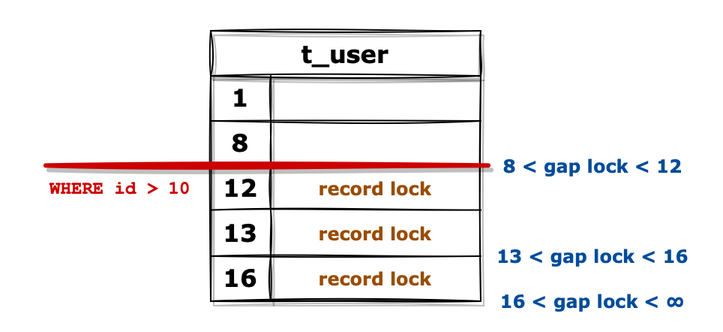
miintto/miintto.github.io keeps this draw.io diagram as img/posts/mysql-innodb-locking-next-key-lock.png. Above is the earlier version. Source tidied: cells renumbered, new cells last; positions are measured from the earlier drawing's top-left corner, leaving out a move shared by most shapes.
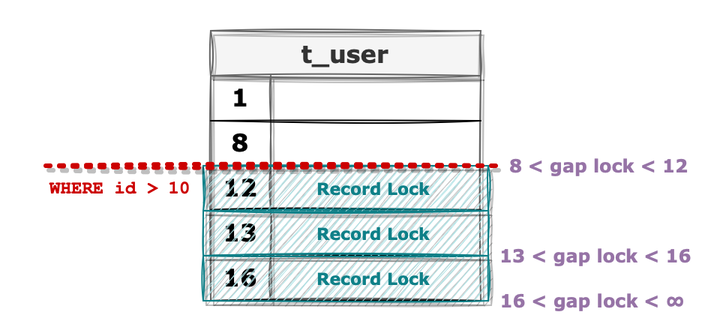
Above is the later version.

Commit message:
feat: innodb lock 설명 추가

What changed in the source:
```diff
@@ -3,10 +3,10 @@
     <mxCell id="0" />
     <mxCell id="1" parent="0" />
     <mxCell id="2" style="rounded=0;whiteSpace=wrap;html=1;sketch=0;fontFamily=Verdana;fontSize=12;strokeColor=none;" parent="1" vertex="1">
-      <mxGeometry width="480" height="220" as="geometry" />
+      <mxGeometry x="740" y="-1300" width="480" height="220" as="geometry" />
     </mxCell>
-    <mxCell id="3" value="t_user" style="shape=table;startSize=30;rowLines=0;fontStyle=1;strokeColor=default;fontSize=16;shadow=1;sketch=1;curveFitting=1;jiggle=1;fontFamily=Verdana;" parent="1" vertex="1">
-      <mxGeometry x="140" y="20" width="180" height="180" as="geometry" />
+    <mxCell id="3" value="t_user" style="shape=table;startSize=30;rowLines=0;fontStyle=1;strokeColor=#666666;fontSize=16;shadow=1;sketch=1;curveFitting=1;jiggle=1;fontFamily=Verdana;fillColor=#f5f5f5;fontColor=#333333;fillStyle=solid;" parent="1" vertex="1">
+      <mxGeometry x="880" y="-1280" width="180" height="180" as="geometry" />
     </mxCell>
     <mxCell id="4" style="shape=tableRow;horizontal=0;startSize=0;swimlaneHead=0;swimlaneBody=0;top=0;left=0;bottom=0;right=0;fillColor=none;strokeColor=default;fontSize=16;fontFamily=Verdana;" parent="3" vertex="1">
       <mxGeometry y="30" width="180" height="30" as="geometry" />
@@ -53,56 +53,56 @@
     <mxCell id="18" style="shape=partialRectangle;html=1;whiteSpace=wrap;fillColor=none;top=0;left=0;bottom=0;right=0;align=left;spacingLeft=6;overflow=hidden;strokeColor=inherit;fontSize=16;" parent="16" vertex="1">
       <mxGeometry x="40" width="140" height="30" as="geometry" />
     </mxCell>
-    <mxCell id="19" style="endArrow=none;html=1;rounded=0;strokeColor=#CC0000;strokeWidth=3;sketch=1;curveFitting=1;jiggle=1;shadow=1;" parent="1" edge="1">
-      <mxGeometry relative="1" as="geometry">
-        <mxPoint x="30" y="109.7" as="sourcePoint" />
-        <mxPoint x="325" y="109.7" as="targetPoint" />
-      </mxGeometry>
+    <mxCell id="19" value="WHERE id &amp;gt; 10" style="text;html=1;strokeColor=none;fillColor=none;align=center;verticalAlign=middle;whiteSpace=wrap;rounded=0;fontFamily=Courier New;fontStyle=1;fontColor=#CC0000;" parent="1" vertex="1">
+      <mxGeometry x="760" y="-1190" width="120" height="30" as="geometry" />
     </mxCell>
-    <mxCell id="20" value="WHERE id &amp;gt; 10" style="text;html=1;strokeColor=none;fillColor=none;align=center;verticalAlign=middle;whiteSpace=wrap;rounded=0;fontFamily=Courier New;fontStyle=1;fontColor=#CC0000;" parent="1" vertex="1">
-      <mxGeometry x="20" y="110" width="120" height="30" as="geometry" />
+    <mxCell id="20" value="&amp;nbsp; 8 &amp;lt; gap lock &amp;lt; 12" style="text;html=1;strokeColor=none;fillColor=none;align=center;verticalAlign=middle;whiteSpace=wrap;rounded=0;fontFamily=Verdana;fontStyle=1;fontColor=#9673A6;" parent="1" vertex="1">
+      <mxGeometry x="1060" y="-1200" width="150" height="20" as="geometry" />
     </mxCell>
-    <mxCell id="21" value="record lock" style="text;html=1;strokeColor=none;fillColor=none;align=center;verticalAlign=middle;whiteSpace=wrap;rounded=0;fontFamily=Verdana;fontStyle=1;fontColor=#994C00;" parent="1" vertex="1">
-      <mxGeometry x="200" y="140" width="100" height="30" as="geometry" />
+    <mxCell id="21" value="&amp;nbsp;13 &amp;lt; gap lock &amp;lt; 16" style="text;html=1;strokeColor=none;fillColor=none;align=center;verticalAlign=middle;whiteSpace=wrap;rounded=0;fontFamily=Verdana;fontStyle=1;fontColor=#9673A6;" parent="1" vertex="1">
+      <mxGeometry x="1060" y="-1140" width="150" height="20" as="geometry" />
     </mxCell>
-    <mxCell id="22" value="8 &amp;lt; gap lock &amp;lt; 12" style="text;html=1;strokeColor=none;fillColor=none;align=center;verticalAlign=middle;whiteSpace=wrap;rounded=0;fontFamily=Verdana;fontStyle=1;fontColor=#004C99;" parent="1" vertex="1">
-      <mxGeometry x="320" y="100" width="150" height="20" as="geometry" />
+    <mxCell id="22" style="endArrow=none;html=1;rounded=0;sketch=1;curveFitting=1;jiggle=1;" parent="1" edge="1">
+      <mxGeometry relative="1" as="geometry">
+        <mxPoint x="880" y="-1220" as="sourcePoint" />
+        <mxPoint x="1060" y="-1220" as="targetPoint" />
+      </mxGeometry>
     </mxCell>
-    <mxCell id="23" value="13 &amp;lt; gap lock &amp;lt; 16" style="text;html=1;strokeColor=none;fillColor=none;align=center;verticalAlign=middle;whiteSpace=wrap;rounded=0;fontFamily=Verdana;fontStyle=1;fontColor=#004C99;" parent="1" vertex="1">
-      <mxGeometry x="320" y="160" width="150" height="20" as="geometry" />
+    <mxCell id="23" style="endArrow=none;html=1;rounded=0;sketch=1;curveFitting=1;jiggle=1;" parent="1" edge="1">
+      <mxGeometry relative="1" as="geometry">
+        <mxPoint x="880" y="-1160.7" as="sourcePoint" />
+        <mxPoint x="1060" y="-1160.7" as="targetPoint" />
+      </mxGeometry>
     </mxCell>
-    <mxCell id="24" value="record lock" style="text;html=1;strokeColor=none;fillColor=none;align=center;verticalAlign=middle;whiteSpace=wrap;rounded=0;fontFamily=Verdana;fontStyle=1;fontColor=#994C00;" parent="1" vertex="1">
-      <mxGeometry x="200" y="170" width="100" height="30" as="geometry" />
+    <mxCell id="24" style="endArrow=none;html=1;rounded=0;sketch=1;curveFitting=1;jiggle=1;" parent="1" edge="1">
+      <mxGeometry relative="1" as="geometry">
+        <mxPoint x="880" y="-1130" as="sourcePoint" />
+        <mxPoint x="1060" y="-1130" as="targetPoint" />
+      </mxGeometry>
     </mxCell>
-    <mxCell id="25" value="record lock" style="text;html=1;strokeColor=none;fillColor=none;align=center;verticalAlign=middle;whiteSpace=wrap;rounded=0;fontFamily=Verdana;fontStyle=1;fontColor=#994C00;" parent="1" vertex="1">
-      <mxGeometry x="200" y="110" width="100" height="30" as="geometry" />
+    <mxCell id="25" style="endArrow=none;html=1;rounded=0;sketch=1;curveFitting=1;jiggle=1;" parent="1" edge="1">
+      <mxGeometry relative="1" as="geometry">
+        <mxPoint x="880" y="-1100" as="sourcePoint" />
+        <mxPoint x="1060" y="-1100" as="targetPoint" />
+      </mxGeometry>
     </mxCell>
-    <mxCell id="26" style="endArrow=none;html=1;rounded=0;sketch=1;curveFitting=1;jiggle=1;" parent="1" edge="1">
-      <mxGeometry relative="1" as="geometry">
-        <mxPoint x="140" y="80" as="sourcePoint" />
-        <mxPoint x="320" y="80" as="targetPoint" />
-      </mxGeometry>
+    <mxCell id="26" value="16 &amp;lt; gap lock &amp;lt;&amp;nbsp;∞" style="text;html=1;strokeColor=none;fillColor=none;align=center;verticalAlign=middle;whiteSpace=wrap;rounded=0;fontFamily=Verdana;fontStyle=1;fontColor=#9673A6;" parent="1" vertex="1">
+      <mxGeometry x="1060" y="-1110" width="150" height="20" as="geometry" />
     </mxCell>
-    <mxCell id="27" style="endArrow=none;html=1;rounded=0;sketch=1;curveFitting=1;jiggle=1;" parent="1" edge="1">
-      <mxGeometry relative="1" as="geometry">
-        <mxPoint x="140" y="139.3" as="sourcePoint" />
-        <mxPoint x="320" y="139.3" as="targetPoint" />
-      </mxGeometry>
+    <mxCell id="27" value="&amp;nbsp; &amp;nbsp; &amp;nbsp; &amp;nbsp; &amp;nbsp; Record Lock" style="rounded=0;whiteSpace=wrap;html=1;fontFamily=Verdana;fontSize=11;shadow=1;sketch=1;curveFitting=1;jiggle=1;fillColor=#b0e3e6;strokeColor=#0e8088;fontStyle=1;fontColor=#0E8088;" parent="1" vertex="1">
+      <mxGeometry x="875" y="-1190" width="190" height="30" as="geometry" />
     </mxCell>
-    <mxCell id="28" style="endArrow=none;html=1;rounded=0;sketch=1;curveFitting=1;jiggle=1;" parent="1" edge="1">
-      <mxGeometry relative="1" as="geometry">
-        <mxPoint x="140" y="170" as="sourcePoint" />
-        <mxPoint x="320" y="170" as="targetPoint" />
-      </mxGeometry>
+    <mxCell id="28" value="&amp;nbsp; &amp;nbsp; &amp;nbsp; &amp;nbsp; &amp;nbsp; Record Lock" style="rounded=0;whiteSpace=wrap;html=1;fontFamily=Verdana;fontSize=11;shadow=1;sketch=1;curveFitting=1;jiggle=1;fillColor=#b0e3e6;strokeColor=#0e8088;fontStyle=1;fontColor=#0E8088;" parent="1" vertex="1">
+      <mxGeometry x="875" y="-1160" width="190" height="30" as="geometry" />
     </mxCell>
-    <mxCell id="29" style="endArrow=none;html=1;rounded=0;sketch=1;curveFitting=1;jiggle=1;" parent="1" edge="1">
-      <mxGeometry relative="1" as="geometry">
-        <mxPoint x="140" y="200" as="sourcePoint" />
-        <mxPoint x="320" y="200" as="targetPoint" />
-      </mxGeometry>
+    <mxCell id="29" value="&amp;nbsp; &amp;nbsp; &amp;nbsp; &amp;nbsp; &amp;nbsp; Record Lock" style="rounded=0;whiteSpace=wrap;html=1;fontFamily=Verdana;fontSize=11;shadow=1;sketch=1;curveFitting=1;jiggle=1;fillColor=#b0e3e6;strokeColor=#0e8088;fontStyle=1;fontColor=#0E8088;" parent="1" vertex="1">
+      <mxGeometry x="875" y="-1130" width="190" height="30" as="geometry" />
     </mxCell>
-    <mxCell id="30" value="16 &amp;lt; gap lock &amp;lt;&amp;nbsp;∞" style="text;html=1;strokeColor=none;fillColor=none;align=center;verticalAlign=middle;whiteSpace=wrap;rounded=0;fontFamily=Verdana;fontStyle=1;fontColor=#004C99;" parent="1" vertex="1">
-      <mxGeometry x="320" y="190" width="150" height="20" as="geometry" />
+    <mxCell id="30" style="endArrow=none;html=1;rounded=0;strokeColor=#CC0000;strokeWidth=3;sketch=1;curveFitting=1;jiggle=1;shadow=1;dashed=1;dashPattern=1 2;" parent="1" edge="1">
+      <mxGeometry relative="1" as="geometry">
+        <mxPoint x="770" y="-1190" as="sourcePoint" />
+        <mxPoint x="1070" y="-1190" as="targetPoint" />
+      </mxGeometry>
     </mxCell>
   </root>
 </mxGraphModel>
```
